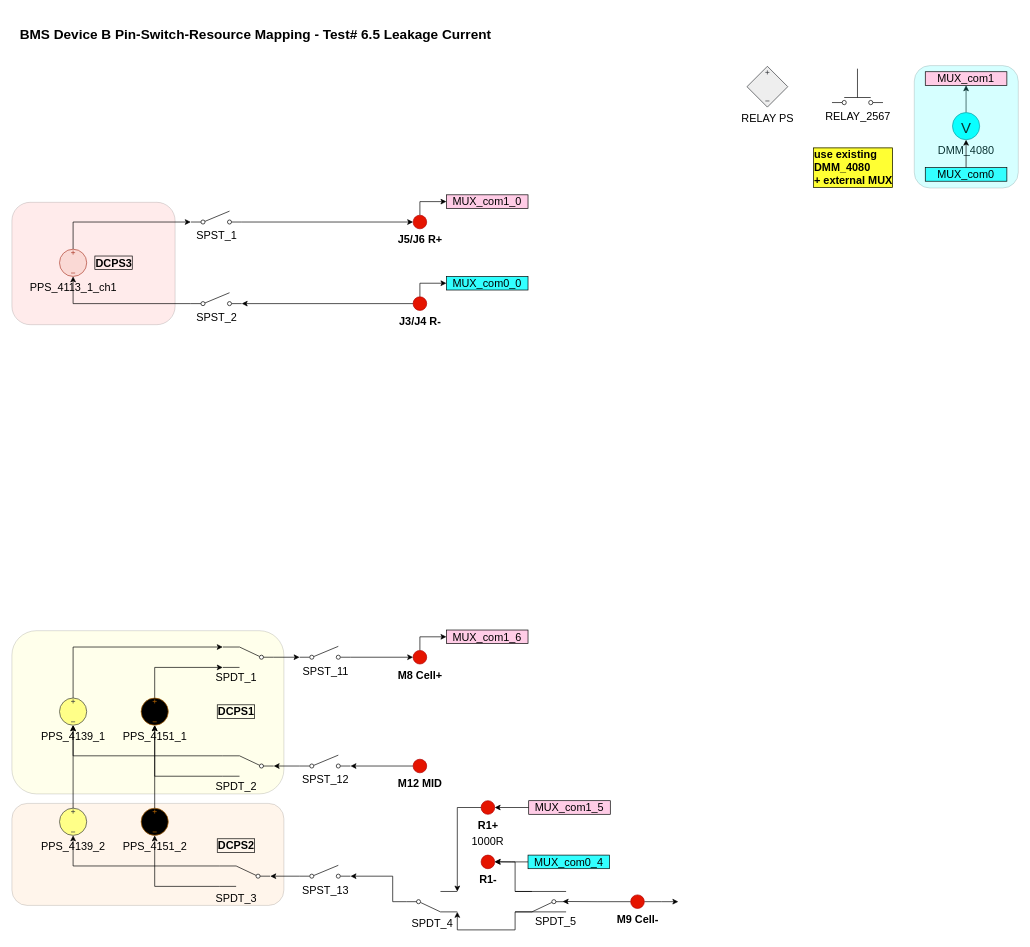
Earlier version of the draw.io diagram BMS_device_B_6p5.drawio (ktlim-xy/draw-io). Source tidied: cells renumbered, new cells numbered last; positions are measured from the earlier drawing's top-left corner, leaving out a move shared by most shapes. Both pictures are drawn from the tidied source at 68%, with x=0, y=0 at pixel (12, 12).
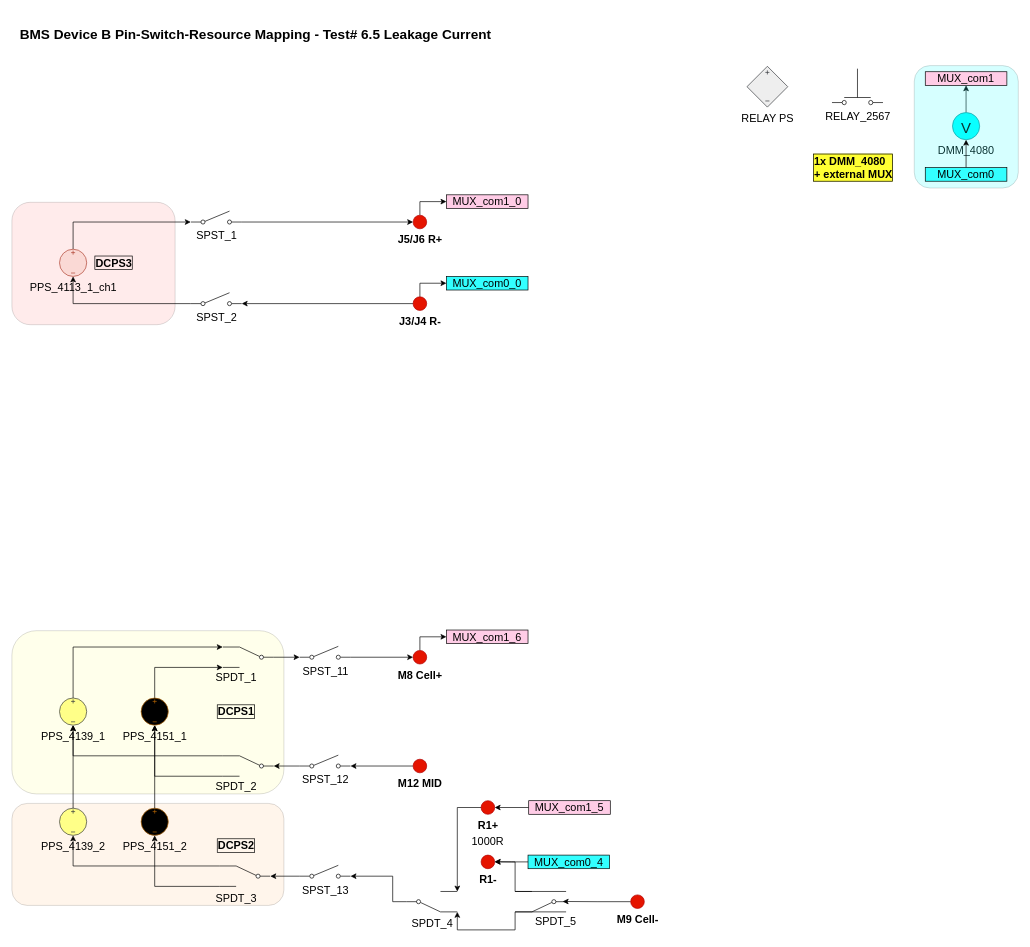
After the change.

Unchanged cells that the change refers to:
```xml
<mxCell id="15" value="M9 Cell-" style="verticalLabelPosition=bottom;shadow=0;dashed=0;align=center;html=1;verticalAlign=top;strokeWidth=1;shape=ellipse;perimeter=ellipsePerimeter;fillColor=#e51400;fontColor=light-dark(#000000,#FF0000);strokeColor=#B20000;fontSize=16;fontStyle=1;" parent="1" vertex="1">
  <mxGeometry x="910" y="1298.5" width="20" height="20" as="geometry" />
</mxCell>
```

The edit, as a diff of the source:
```diff
@@
-    <mxCell id="14" style="edgeStyle=orthogonalEdgeStyle;rounded=0;jettySize=auto;html=1;exitX=1;exitY=0.5;exitDx=0;exitDy=0;entryX=0;entryY=0.8;entryDx=0;entryDy=0;fontSize=16;" parent="1" edge="1" source="15">
-      <mxGeometry relative="1" as="geometry">
-        <mxPoint x="980" y="1308.5" as="targetPoint" />
-      </mxGeometry>
-    </mxCell>
@@
-    <mxCell id="65" value="use existing&lt;br&gt;DMM_4080&amp;nbsp;&lt;div&gt;+ external MUX&lt;/div&gt;" style="text;html=1;whiteSpace=wrap;strokeColor=none;fillColor=none;align=left;verticalAlign=middle;rounded=0;fontStyle=1;fontColor=#000000;fontSize=16;labelBorderColor=default;labelBackgroundColor=#FFFF33;" parent="1" vertex="1">
+    <mxCell id="65" value="1x DMM_4080&amp;nbsp;&lt;div&gt;+ external MUX&lt;/div&gt;" style="text;html=1;whiteSpace=wrap;strokeColor=none;fillColor=none;align=left;verticalAlign=middle;rounded=0;fontStyle=1;fontColor=#000000;fontSize=16;labelBorderColor=default;labelBackgroundColor=#FFFF33;" parent="1" vertex="1">
       <mxGeometry x="1177" y="200" width="160" height="58" as="geometry" />
     </mxCell>
```
